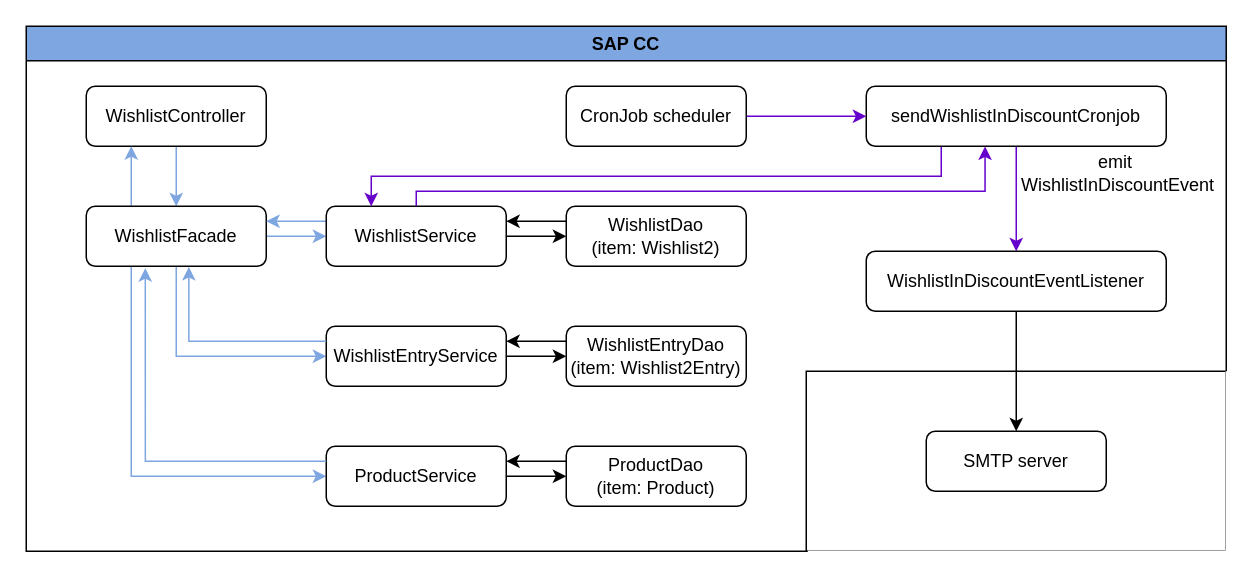
This is graphs/baseline_logical_view.drawio from d-figuccia/draw-io, a draw.io file, before an edit. Source tidied: cells renumbered, new cells numbered last; positions are measured from the earlier drawing's top-left corner, leaving out a move shared by most shapes. Both pictures are drawn from the tidied source at 150%, with x=0, y=0 at pixel (26, 26).
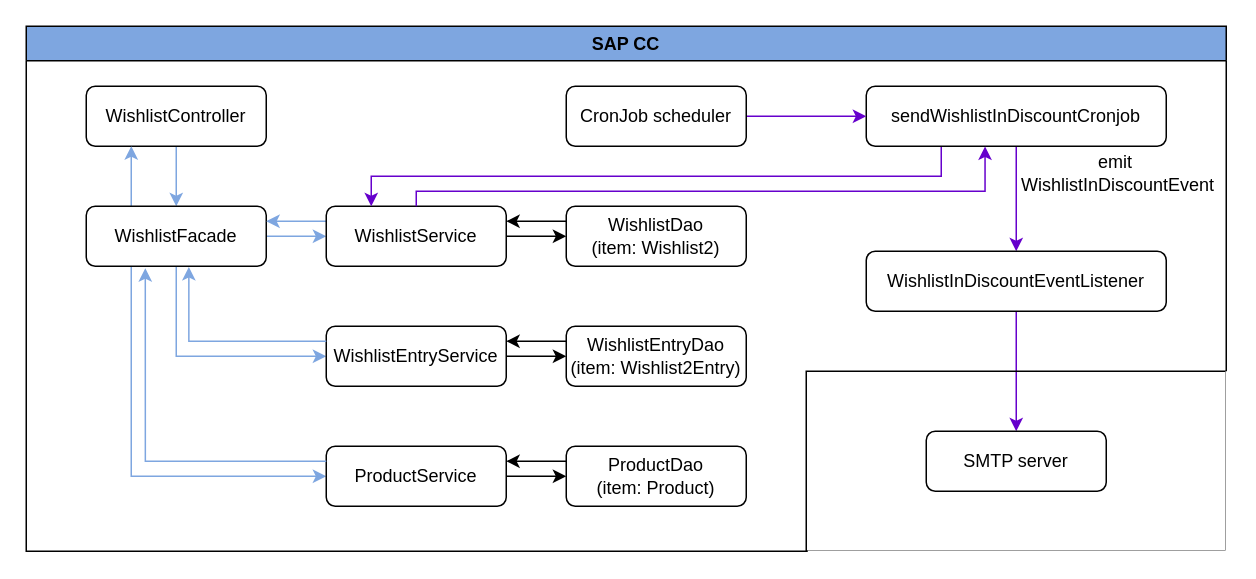
The same diagram, later.

Unchanged cells that the change refers to:
```xml
<mxCell id="2" value="SAP CC" style="swimlane;whiteSpace=wrap;html=1;fillColor=#7EA6E0;" parent="1" vertex="1">
  <mxGeometry width="800" height="350" as="geometry" />
</mxCell>
<mxCell id="32" value="WishlistInDiscountEventListener" style="rounded=1;whiteSpace=wrap;html=1;" parent="2" vertex="1">
  <mxGeometry x="560" y="150" width="200" height="40" as="geometry" />
</mxCell>
<mxCell id="35" value="SMTP server" style="rounded=1;whiteSpace=wrap;html=1;" parent="2" vertex="1">
  <mxGeometry x="600" y="270" width="120" height="40" as="geometry" />
</mxCell>
```

Diff of the diagram source:
```diff
@@
-    <mxCell id="31" style="edgeStyle=orthogonalEdgeStyle;rounded=0;jettySize=auto;html=1;" parent="2" edge="1" source="32" target="35">
+    <mxCell id="31" style="edgeStyle=orthogonalEdgeStyle;rounded=0;jettySize=auto;html=1;strokeColor=#6600CC;" parent="2" edge="1" source="32" target="35">
       <mxGeometry relative="1" as="geometry" />
     </mxCell>
```
